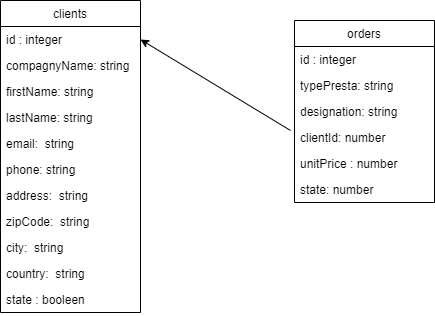
This is Exo2_teachings/teachings.drawio.png from Celine-Nova/Exercices_SQL, a draw.io export, as it was before one commit. Source tidied: cells renumbered, new cells last; positions are measured from the earlier drawing's top-left corner, leaving out a move shared by most shapes.
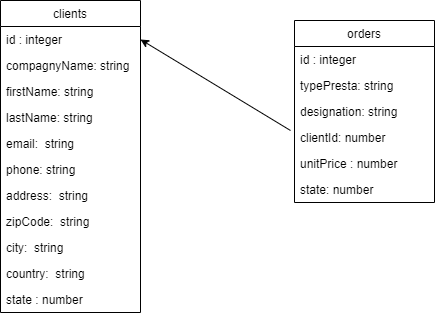
Above is the later version.

Change to the diagram source:
```diff
@@ -35,7 +35,7 @@
     <mxCell id="12" value="country:  string" style="text;strokeColor=none;fillColor=none;align=left;verticalAlign=top;spacingLeft=4;spacingRight=4;overflow=hidden;" parent="2" vertex="1">
       <mxGeometry y="260" width="140" height="26" as="geometry" />
     </mxCell>
-    <mxCell id="13" value="state : booleen&#10;" style="text;strokeColor=none;fillColor=none;align=left;verticalAlign=top;spacingLeft=4;spacingRight=4;overflow=hidden;" parent="2" vertex="1">
+    <mxCell id="13" value="state : number&#10;" style="text;strokeColor=none;fillColor=none;align=left;verticalAlign=top;spacingLeft=4;spacingRight=4;overflow=hidden;" parent="2" vertex="1">
       <mxGeometry y="286" width="140" height="26" as="geometry" />
     </mxCell>
     <mxCell id="14" value="orders" style="swimlane;fontStyle=0;horizontal=1;startSize=26;fillColor=none;" parent="1" vertex="1">
```
